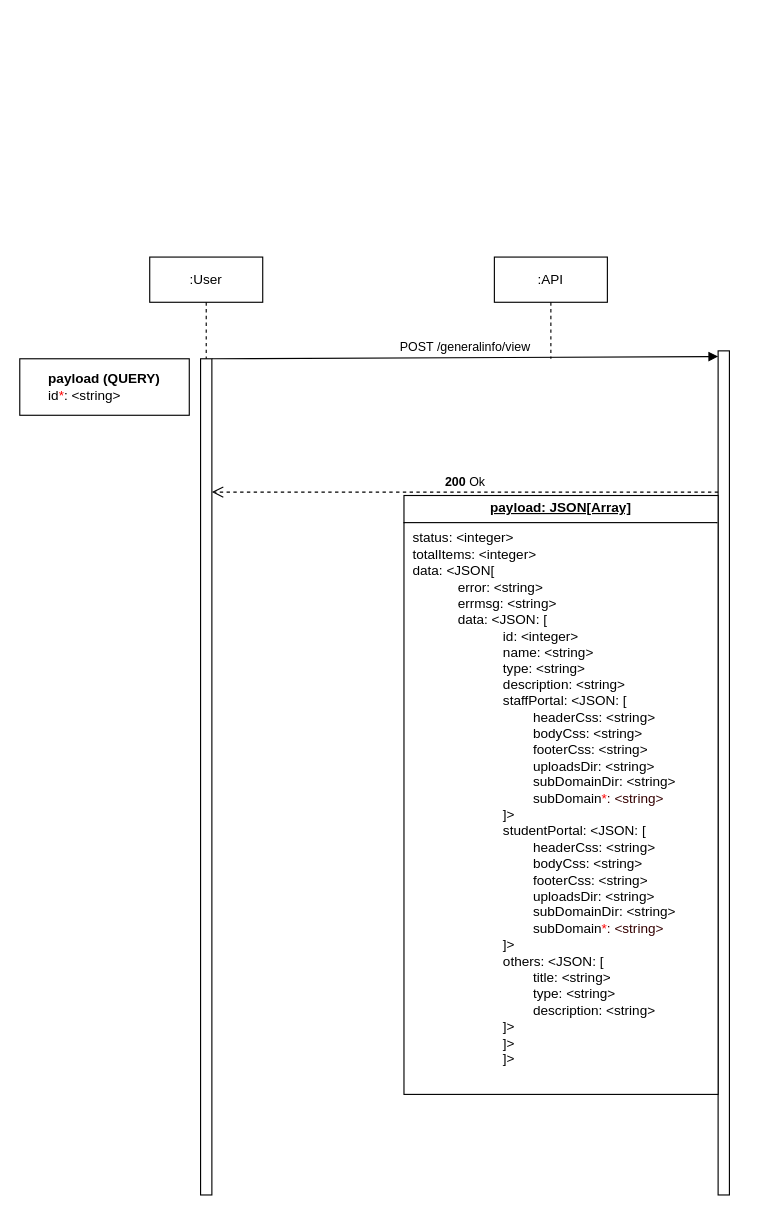
Before: page "Select School Workflow" (3 of 11) of scholar-api-flows1.drawio in olougepa/scholar-api, a draw.io diagram. Source tidied: cells renumbered, new cells numbered last; positions are measured from the earlier drawing's top-left corner, leaving out a move shared by most shapes. Both pictures are drawn from the tidied source at 113%, with x=0, y=0 at pixel (19, 257).
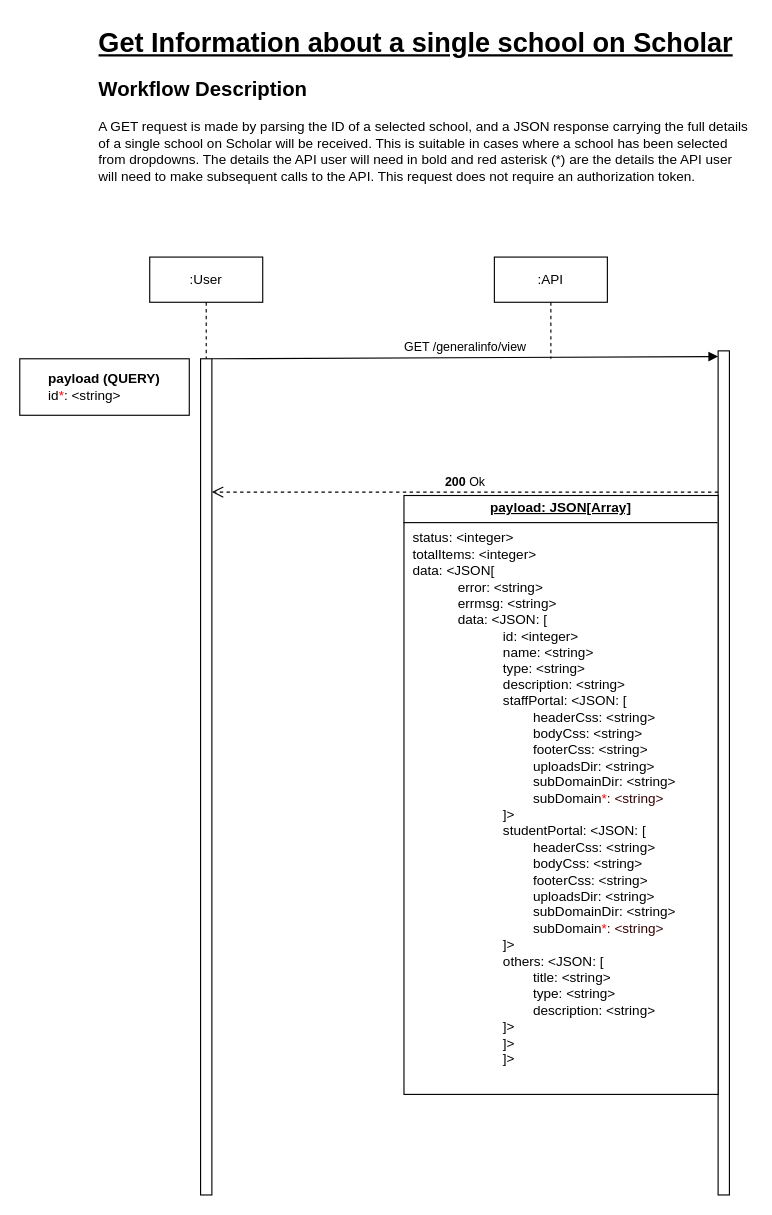
After the change.

The edit, as a diff of the source:
```diff
@@
 <mxGraphModel>
   <root>
     <mxCell id="0" />
     <mxCell id="1" parent="0" />
     <mxCell id="2" style="html=1;points=[[0,0,0,0,5],[0,1,0,0,-5],[1,0,0,0,5],[1,1,0,0,-5]];perimeter=orthogonalPerimeter;outlineConnect=0;targetShapes=umlLifeline;portConstraint=eastwest;newEdgeStyle={&quot;curved&quot;:0,&quot;rounded&quot;:0};" parent="1" vertex="1">
       <mxGeometry x="618" y="83" width="10" height="747" as="geometry" />
     </mxCell>
-    <mxCell id="3" value="POST /generalinfo/view" style="html=1;verticalAlign=bottom;endArrow=block;curved=0;rounded=0;entryX=0;entryY=0;entryDx=0;entryDy=5;" parent="1" edge="1" source="5" target="2">
+    <mxCell id="3" value="GET /generalinfo/view" style="html=1;verticalAlign=bottom;endArrow=block;curved=0;rounded=0;entryX=0;entryY=0;entryDx=0;entryDy=5;" parent="1" edge="1" source="5" target="2">
       <mxGeometry relative="1" as="geometry" />
     </mxCell>
     <mxCell id="4" value="&lt;b&gt;200&lt;/b&gt; Ok" style="html=1;verticalAlign=bottom;endArrow=open;dashed=1;endSize=8;curved=0;rounded=0;" parent="1" edge="1" source="2">
       <mxGeometry relative="1" as="geometry">
         <mxPoint x="170" y="208" as="targetPoint" />
       </mxGeometry>
     </mxCell>
     <mxCell id="5" style="html=1;points=[[0,0,0,0,5],[0,1,0,0,-5],[1,0,0,0,5],[1,1,0,0,-5]];perimeter=orthogonalPerimeter;outlineConnect=0;targetShapes=umlLifeline;portConstraint=eastwest;newEdgeStyle={&quot;curved&quot;:0,&quot;rounded&quot;:0};" parent="1" vertex="1">
       <mxGeometry x="160" y="90" width="10" height="740" as="geometry" />
     </mxCell>
     <mxCell id="6" value="&lt;p style=&quot;margin:0px;margin-top:4px;text-align:center;text-decoration:underline;&quot;&gt;&lt;b&gt;payload: JSON[Array]&lt;/b&gt;&lt;/p&gt;&lt;hr size=&quot;1&quot; style=&quot;border-style:solid;&quot;&gt;&lt;p style=&quot;margin:0px;margin-left:8px;&quot;&gt;status: &amp;lt;integer&amp;gt;&lt;/p&gt;&lt;p style=&quot;margin:0px;margin-left:8px;&quot;&gt;totalItems: &amp;lt;integer&amp;gt;&lt;/p&gt;&lt;p style=&quot;margin:0px;margin-left:8px;&quot;&gt;data: &amp;lt;JSON[&lt;/p&gt;&lt;blockquote style=&quot;margin: 0 0 0 40px; border: none; padding: 0px;&quot;&gt;&lt;p style=&quot;margin:0px;margin-left:8px;&quot;&gt;error: &amp;lt;string&amp;gt;&lt;/p&gt;&lt;p style=&quot;margin:0px;margin-left:8px;&quot;&gt;errmsg: &amp;lt;string&amp;gt;&lt;/p&gt;&lt;p style=&quot;margin:0px;margin-left:8px;&quot;&gt;data: &amp;lt;JSON: [&amp;nbsp;&lt;/p&gt;&lt;/blockquote&gt;&lt;blockquote style=&quot;margin: 0 0 0 40px; border: none; padding: 0px;&quot;&gt;&lt;blockquote style=&quot;margin: 0 0 0 40px; border: none; padding: 0px;&quot;&gt;&lt;p style=&quot;margin:0px;margin-left:8px;&quot;&gt;id: &amp;lt;integer&amp;gt;&lt;/p&gt;&lt;/blockquote&gt;&lt;blockquote style=&quot;margin: 0 0 0 40px; border: none; padding: 0px;&quot;&gt;&lt;p style=&quot;margin:0px;margin-left:8px;&quot;&gt;name: &amp;lt;string&amp;gt;&lt;/p&gt;&lt;/blockquote&gt;&lt;blockquote style=&quot;margin: 0 0 0 40px; border: none; padding: 0px;&quot;&gt;&lt;p style=&quot;margin:0px;margin-left:8px;&quot;&gt;type: &amp;lt;string&amp;gt;&lt;/p&gt;&lt;/blockquote&gt;&lt;blockquote style=&quot;margin: 0 0 0 40px; border: none; padding: 0px;&quot;&gt;&lt;p style=&quot;margin:0px;margin-left:8px;&quot;&gt;description: &amp;lt;string&amp;gt;&lt;/p&gt;&lt;/blockquote&gt;&lt;blockquote style=&quot;margin: 0 0 0 40px; border: none; padding: 0px;&quot;&gt;&lt;p style=&quot;margin:0px;margin-left:8px;&quot;&gt;staffPortal: &amp;lt;JSON: [&lt;/p&gt;&lt;/blockquote&gt;&lt;blockquote style=&quot;margin: 0 0 0 40px; border: none; padding: 0px;&quot;&gt;&lt;p style=&quot;margin:0px;margin-left:8px;&quot;&gt;&lt;span style=&quot;white-space: pre;&quot;&gt;&#9;&lt;/span&gt;headerCss: &amp;lt;string&amp;gt;&lt;/p&gt;&lt;/blockquote&gt;&lt;blockquote style=&quot;margin: 0 0 0 40px; border: none; padding: 0px;&quot;&gt;&lt;p style=&quot;margin:0px;margin-left:8px;&quot;&gt;&lt;span style=&quot;white-space: pre;&quot;&gt;&#9;&lt;/span&gt;bodyCss: &amp;lt;string&amp;gt;&lt;/p&gt;&lt;/blockquote&gt;&lt;blockquote style=&quot;margin: 0 0 0 40px; border: none; padding: 0px;&quot;&gt;&lt;p style=&quot;margin:0px;margin-left:8px;&quot;&gt;&lt;span style=&quot;white-space: pre;&quot;&gt;&#9;&lt;/span&gt;footerCss: &amp;lt;string&amp;gt;&lt;/p&gt;&lt;/blockquote&gt;&lt;blockquote style=&quot;margin: 0 0 0 40px; border: none; padding: 0px;&quot;&gt;&lt;p style=&quot;margin:0px;margin-left:8px;&quot;&gt;&lt;span style=&quot;white-space: pre;&quot;&gt;&#9;&lt;/span&gt;uploadsDir: &amp;lt;string&amp;gt;&lt;/p&gt;&lt;/blockquote&gt;&lt;blockquote style=&quot;margin: 0 0 0 40px; border: none; padding: 0px;&quot;&gt;&lt;p style=&quot;margin:0px;margin-left:8px;&quot;&gt;&lt;span style=&quot;white-space: pre;&quot;&gt;&#9;&lt;/span&gt;subDomainDir: &amp;lt;string&amp;gt;&lt;/p&gt;&lt;/blockquote&gt;&lt;blockquote style=&quot;margin: 0 0 0 40px; border: none; padding: 0px;&quot;&gt;&lt;p style=&quot;margin:0px;margin-left:8px;&quot;&gt;&lt;span style=&quot;white-space: pre;&quot;&gt;&#9;&lt;/span&gt;subDomain&lt;font color=&quot;#ff0000&quot;&gt;*&lt;/font&gt;&lt;font color=&quot;#330000&quot;&gt;: &amp;lt;string&amp;gt;&lt;/font&gt;&lt;/p&gt;&lt;/blockquote&gt;&lt;blockquote style=&quot;margin: 0 0 0 40px; border: none; padding: 0px;&quot;&gt;&lt;p style=&quot;margin:0px;margin-left:8px;&quot;&gt;]&amp;gt;&lt;/p&gt;&lt;/blockquote&gt;&lt;blockquote style=&quot;margin: 0 0 0 40px; border: none; padding: 0px;&quot;&gt;&lt;p style=&quot;margin: 0px 0px 0px 8px;&quot;&gt;studentPortal: &amp;lt;JSON: [&lt;/p&gt;&lt;/blockquote&gt;&lt;blockquote style=&quot;margin: 0 0 0 40px; border: none; padding: 0px;&quot;&gt;&lt;p style=&quot;margin: 0px 0px 0px 8px;&quot;&gt;&lt;span style=&quot;white-space: pre;&quot;&gt;&#9;&lt;/span&gt;headerCss: &amp;lt;string&amp;gt;&lt;/p&gt;&lt;/blockquote&gt;&lt;blockquote style=&quot;margin: 0 0 0 40px; border: none; padding: 0px;&quot;&gt;&lt;p style=&quot;margin: 0px 0px 0px 8px;&quot;&gt;&lt;span style=&quot;white-space: pre;&quot;&gt;&#9;&lt;/span&gt;bodyCss: &amp;lt;string&amp;gt;&lt;/p&gt;&lt;/blockquote&gt;&lt;blockquote style=&quot;margin: 0 0 0 40px; border: none; padding: 0px;&quot;&gt;&lt;p style=&quot;margin: 0px 0px 0px 8px;&quot;&gt;&lt;span style=&quot;white-space: pre;&quot;&gt;&#9;&lt;/span&gt;footerCss: &amp;lt;string&amp;gt;&lt;/p&gt;&lt;/blockquote&gt;&lt;blockquote style=&quot;margin: 0 0 0 40px; border: none; padding: 0px;&quot;&gt;&lt;p style=&quot;margin: 0px 0px 0px 8px;&quot;&gt;&lt;span style=&quot;white-space: pre;&quot;&gt;&#9;&lt;/span&gt;uploadsDir: &amp;lt;string&amp;gt;&lt;/p&gt;&lt;/blockquote&gt;&lt;blockquote style=&quot;margin: 0 0 0 40px; border: none; padding: 0px;&quot;&gt;&lt;p style=&quot;margin: 0px 0px 0px 8px;&quot;&gt;&lt;span style=&quot;white-space: pre;&quot;&gt;&#9;&lt;/span&gt;subDomainDir: &amp;lt;string&amp;gt;&lt;/p&gt;&lt;/blockquote&gt;&lt;blockquote style=&quot;margin: 0 0 0 40px; border: none; padding: 0px;&quot;&gt;&lt;p style=&quot;margin: 0px 0px 0px 8px;&quot;&gt;&lt;span style=&quot;white-space: pre;&quot;&gt;&#9;&lt;/span&gt;subDomain&lt;font color=&quot;#ff0000&quot;&gt;*&lt;/font&gt;&lt;font color=&quot;#330000&quot;&gt;: &amp;lt;string&amp;gt;&lt;/font&gt;&lt;/p&gt;&lt;/blockquote&gt;&lt;blockquote style=&quot;margin: 0 0 0 40px; border: none; padding: 0px;&quot;&gt;&lt;p style=&quot;margin: 0px 0px 0px 8px;&quot;&gt;]&amp;gt;&lt;/p&gt;&lt;/blockquote&gt;&lt;blockquote style=&quot;margin: 0 0 0 40px; border: none; padding: 0px;&quot;&gt;&lt;p style=&quot;margin: 0px 0px 0px 8px;&quot;&gt;others: &amp;lt;JSON: [&lt;/p&gt;&lt;/blockquote&gt;&lt;blockquote style=&quot;margin: 0 0 0 40px; border: none; padding: 0px;&quot;&gt;&lt;p style=&quot;margin: 0px 0px 0px 8px;&quot;&gt;&lt;span style=&quot;white-space: pre;&quot;&gt;&#9;&lt;/span&gt;title: &amp;lt;string&amp;gt;&lt;/p&gt;&lt;/blockquote&gt;&lt;blockquote style=&quot;margin: 0 0 0 40px; border: none; padding: 0px;&quot;&gt;&lt;p style=&quot;margin: 0px 0px 0px 8px;&quot;&gt;&lt;span style=&quot;white-space: pre;&quot;&gt;&#9;&lt;/span&gt;type: &amp;lt;string&amp;gt;&lt;/p&gt;&lt;/blockquote&gt;&lt;blockquote style=&quot;margin: 0 0 0 40px; border: none; padding: 0px;&quot;&gt;&lt;p style=&quot;margin: 0px 0px 0px 8px;&quot;&gt;&lt;span style=&quot;white-space: pre;&quot;&gt;&#9;&lt;/span&gt;description: &amp;lt;string&amp;gt;&lt;/p&gt;&lt;/blockquote&gt;&lt;blockquote style=&quot;margin: 0 0 0 40px; border: none; padding: 0px;&quot;&gt;&lt;p style=&quot;margin: 0px 0px 0px 8px;&quot;&gt;]&amp;gt;&lt;/p&gt;&lt;p style=&quot;margin: 0px 0px 0px 8px;&quot;&gt;]&amp;gt;&lt;/p&gt;&lt;p style=&quot;margin: 0px 0px 0px 8px;&quot;&gt;&lt;span style=&quot;background-color: initial;&quot;&gt;]&amp;gt;&lt;/span&gt;&lt;/p&gt;&lt;/blockquote&gt;&lt;/blockquote&gt;" style="verticalAlign=top;align=left;overflow=fill;html=1;whiteSpace=wrap;" parent="1" vertex="1">
       <mxGeometry x="340" y="211" width="278" height="530" as="geometry" />
     </mxCell>
     <mxCell id="7" value=":User" style="shape=umlLifeline;perimeter=lifelinePerimeter;whiteSpace=wrap;html=1;newEdgeStyle={&quot;curved&quot;:0,&quot;rounded&quot;:0};" parent="1" vertex="1">
       <mxGeometry x="115" width="100" height="90" as="geometry" />
     </mxCell>
     <mxCell id="8" value=":API" style="shape=umlLifeline;perimeter=lifelinePerimeter;whiteSpace=wrap;html=1;newEdgeStyle={&quot;curved&quot;:0,&quot;rounded&quot;:0};" parent="1" vertex="1">
       <mxGeometry x="420" width="100" height="90" as="geometry" />
     </mxCell>
     <mxCell id="9" value="&lt;div style=&quot;text-align: left;&quot;&gt;&lt;b style=&quot;background-color: initial;&quot;&gt;payload (QUERY)&lt;/b&gt;&lt;/div&gt;&lt;div style=&quot;text-align: left;&quot;&gt;id&lt;font color=&quot;#ff0000&quot;&gt;*&lt;/font&gt;: &amp;lt;string&amp;gt;&lt;/div&gt;" style="html=1;whiteSpace=wrap;" parent="1" vertex="1">
       <mxGeometry y="90" width="150" height="50" as="geometry" />
     </mxCell>
+    <mxCell id="10" value="&lt;h1 style=&quot;margin-top: 0px;&quot;&gt;&lt;u&gt;Get Information about a single school on Scholar&lt;/u&gt;&lt;/h1&gt;&lt;h2 style=&quot;margin-top: 0px;&quot;&gt;Workflow Description&lt;/h2&gt;&lt;p&gt;A GET request is made by parsing the ID of a selected school, and a JSON response carrying the full details of a single school on Scholar will be received. This is suitable in cases where a school has been selected from dropdowns. The details the API user will need in bold and red asterisk (*) are the details the API user will need to make subsequent calls to the API. This request does not require an authorization token.&lt;/p&gt;" style="text;html=1;whiteSpace=wrap;overflow=hidden;rounded=0;" parent="1" vertex="1">
+      <mxGeometry x="68" y="-210" width="580" height="170" as="geometry" />
+    </mxCell>
   </root>
 </mxGraphModel>
```
